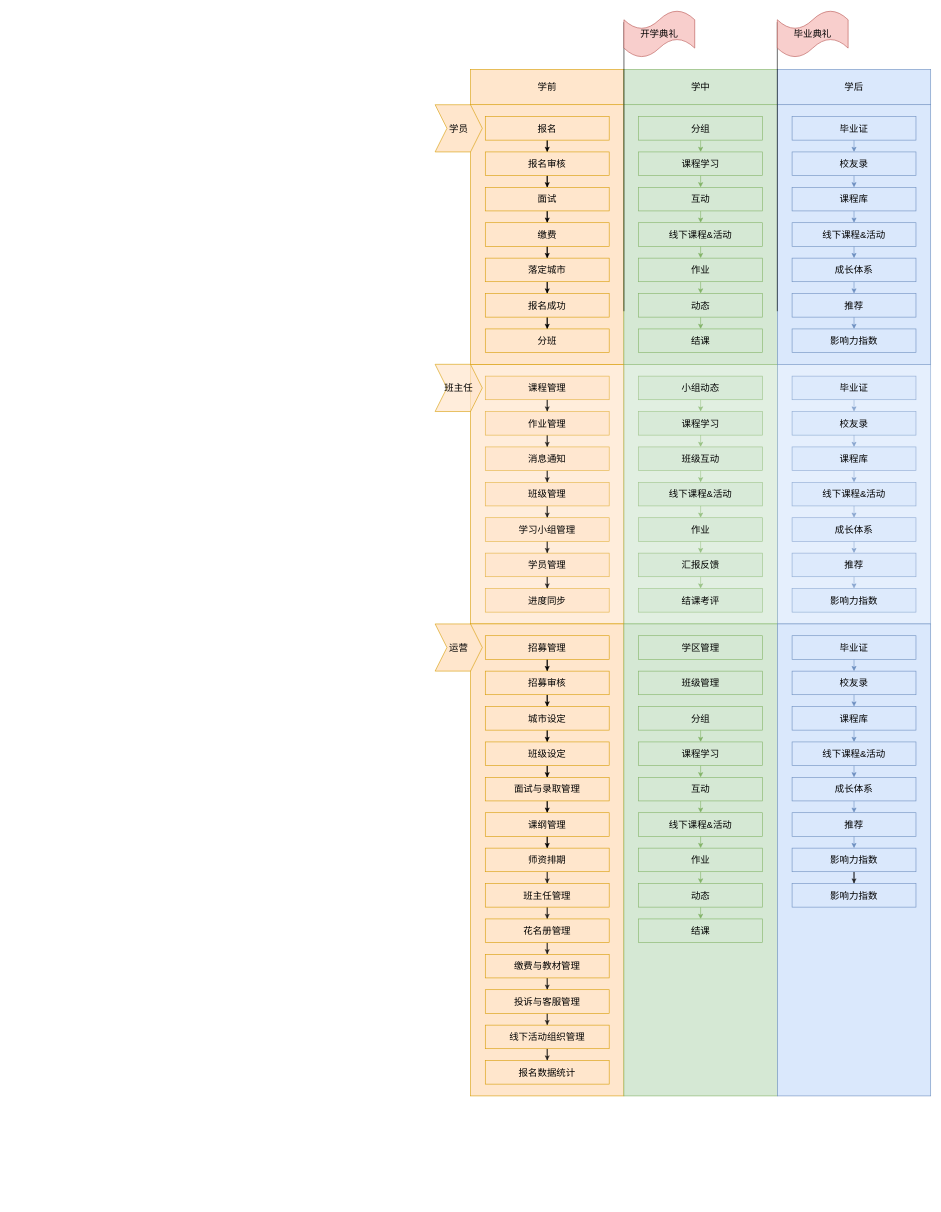
The draw.io diagram DDdaxue.drawio in HunkJia/HUNK, before the edit. Source tidied: cells renumbered, new cells numbered last; positions are measured from the earlier drawing's top-left corner, leaving out a move shared by most shapes. Both pictures are drawn from the tidied source at 59%, with x=0, y=0 at pixel (435, 10).
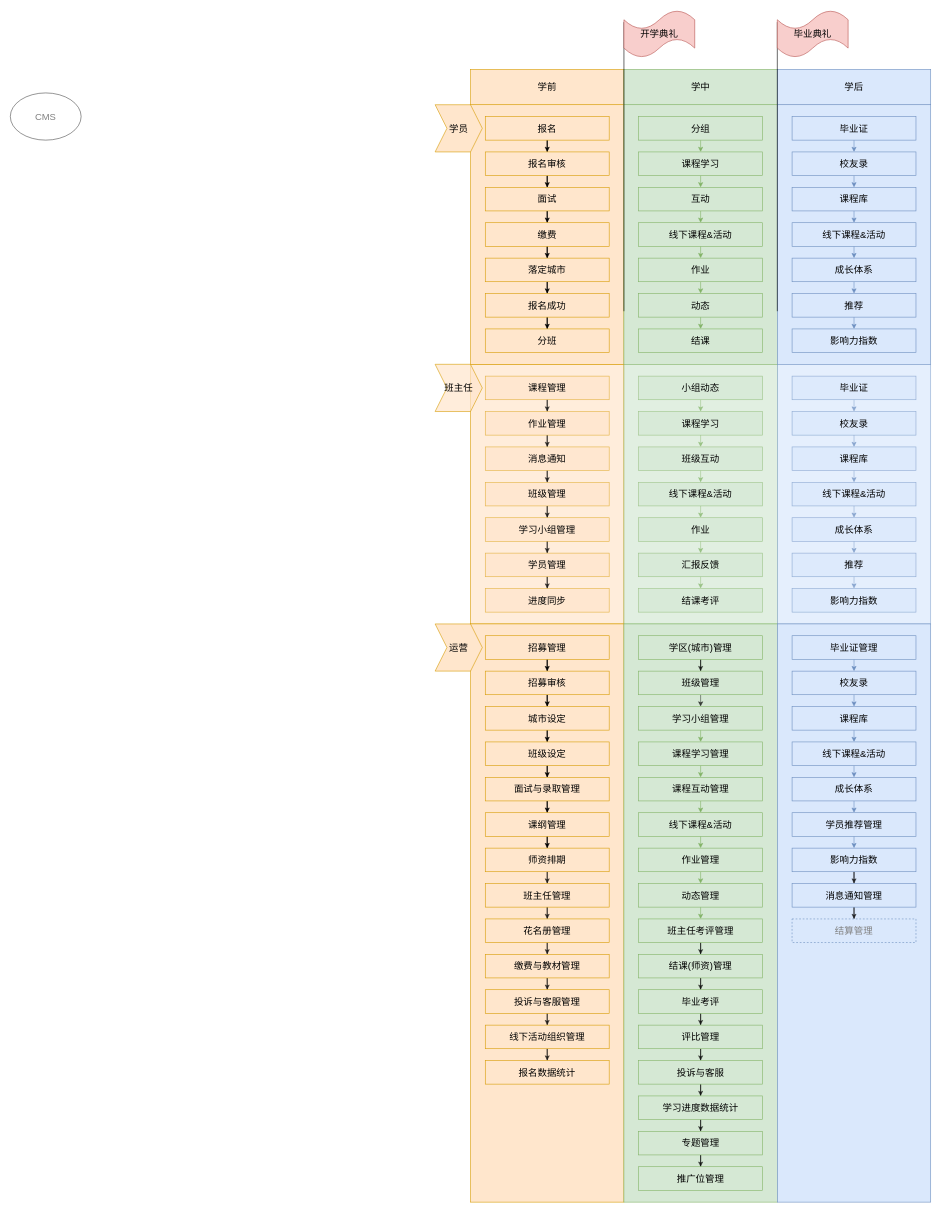
The same page after the edit.

The change refers to these unchanged cells:
```xml
<mxCell id="153" value="班级管理" style="rounded=0;whiteSpace=wrap;html=1;fontSize=16;fillColor=#d5e8d4;strokeColor=#82b366;" parent="1" vertex="1">
  <mxGeometry x="345" y="1120" width="210" height="40" as="geometry" />
</mxCell>
```

Diff of the diagram source:
```diff
@@
     <mxCell id="95" style="rounded=0;whiteSpace=wrap;html=1;fillColor=#ffe6cc;strokeColor=#d79b00;" parent="1" vertex="1">
-      <mxGeometry x="60" y="1040" width="260" height="800" as="geometry" />
+      <mxGeometry x="60" y="1040" width="260" height="980" as="geometry" />
     </mxCell>
     <mxCell id="96" style="rounded=0;whiteSpace=wrap;html=1;fillColor=#d5e8d4;strokeColor=#82b366;" parent="1" vertex="1">
-      <mxGeometry x="320" y="1040" width="260" height="800" as="geometry" />
+      <mxGeometry x="320" y="1040" width="260" height="980" as="geometry" />
     </mxCell>
     <mxCell id="97" style="rounded=0;whiteSpace=wrap;html=1;fillColor=#dae8fc;strokeColor=#6c8ebf;" parent="1" vertex="1">
-      <mxGeometry x="580" y="1040" width="260" height="800" as="geometry" />
+      <mxGeometry x="580" y="1040" width="260" height="980" as="geometry" />
     </mxCell>
@@
-    <mxCell id="125" value="分组" style="rounded=0;whiteSpace=wrap;html=1;fontSize=16;fillColor=#d5e8d4;strokeColor=#82b366;" parent="1" vertex="1">
+    <mxCell id="125" value="学习小组管理" style="rounded=0;whiteSpace=wrap;html=1;fontSize=16;fillColor=#d5e8d4;strokeColor=#82b366;" parent="1" vertex="1">
       <mxGeometry x="345" y="1180" width="210" height="40" as="geometry" />
     </mxCell>
@@
-    <mxCell id="127" value="课程学习" style="rounded=0;whiteSpace=wrap;html=1;fontSize=16;fillColor=#d5e8d4;strokeColor=#82b366;" parent="1" vertex="1">
+    <mxCell id="127" value="课程学习管理" style="rounded=0;whiteSpace=wrap;html=1;fontSize=16;fillColor=#d5e8d4;strokeColor=#82b366;" parent="1" vertex="1">
       <mxGeometry x="345" y="1240" width="210" height="40" as="geometry" />
     </mxCell>
@@
-    <mxCell id="129" value="互动" style="rounded=0;whiteSpace=wrap;html=1;fontSize=16;fillColor=#d5e8d4;strokeColor=#82b366;" parent="1" vertex="1">
+    <mxCell id="129" value="课程互动管理" style="rounded=0;whiteSpace=wrap;html=1;fontSize=16;fillColor=#d5e8d4;strokeColor=#82b366;" parent="1" vertex="1">
       <mxGeometry x="345" y="1300" width="210" height="40" as="geometry" />
     </mxCell>
@@
-    <mxCell id="133" value="作业" style="rounded=0;whiteSpace=wrap;html=1;fontSize=16;fillColor=#d5e8d4;strokeColor=#82b366;" parent="1" vertex="1">
+    <mxCell id="133" value="作业管理" style="rounded=0;whiteSpace=wrap;html=1;fontSize=16;fillColor=#d5e8d4;strokeColor=#82b366;" parent="1" vertex="1">
       <mxGeometry x="345" y="1420" width="210" height="40" as="geometry" />
     </mxCell>
@@
-    <mxCell id="135" value="动态" style="rounded=0;whiteSpace=wrap;html=1;fontSize=16;fillColor=#d5e8d4;strokeColor=#82b366;" parent="1" vertex="1">
+    <mxCell id="135" value="动态管理" style="rounded=0;whiteSpace=wrap;html=1;fontSize=16;fillColor=#d5e8d4;strokeColor=#82b366;" parent="1" vertex="1">
       <mxGeometry x="345" y="1480" width="210" height="40" as="geometry" />
     </mxCell>
+    <mxCell id="154" style="edgeStyle=orthogonalEdgeStyle;rounded=0;jettySize=auto;html=1;fontSize=16;fontColor=#FF9999;opacity=70;" parent="1" edge="1" source="136" target="156">
+      <mxGeometry relative="1" as="geometry" />
+    </mxCell>
-    <mxCell id="136" value="结课" style="rounded=0;whiteSpace=wrap;html=1;fontSize=16;fillColor=#d5e8d4;strokeColor=#82b366;" parent="1" vertex="1">
+    <mxCell id="136" value="班主任考评管理" style="rounded=0;whiteSpace=wrap;html=1;fontSize=16;fillColor=#d5e8d4;strokeColor=#82b366;" parent="1" vertex="1">
       <mxGeometry x="345" y="1540" width="210" height="40" as="geometry" />
     </mxCell>
+    <mxCell id="155" style="edgeStyle=orthogonalEdgeStyle;rounded=0;jettySize=auto;html=1;fontSize=16;fontColor=#FF9999;opacity=70;" parent="1" edge="1" source="156" target="158">
+      <mxGeometry relative="1" as="geometry" />
+    </mxCell>
+    <mxCell id="156" value="结课(师资)管理" style="rounded=0;whiteSpace=wrap;html=1;fontSize=16;fillColor=#d5e8d4;strokeColor=#82b366;" parent="1" vertex="1">
+      <mxGeometry x="345" y="1600" width="210" height="40" as="geometry" />
+    </mxCell>
+    <mxCell id="157" style="edgeStyle=orthogonalEdgeStyle;rounded=0;jettySize=auto;html=1;fontSize=16;fontColor=#FF9999;opacity=70;" parent="1" edge="1" source="158" target="160">
+      <mxGeometry relative="1" as="geometry" />
+    </mxCell>
+    <mxCell id="158" value="毕业考评" style="rounded=0;whiteSpace=wrap;html=1;fontSize=16;fillColor=#d5e8d4;strokeColor=#82b366;" parent="1" vertex="1">
+      <mxGeometry x="345" y="1660" width="210" height="40" as="geometry" />
+    </mxCell>
+    <mxCell id="159" style="edgeStyle=orthogonalEdgeStyle;rounded=0;jettySize=auto;html=1;fontSize=16;fontColor=#FF9999;opacity=70;" parent="1" edge="1" source="160" target="162">
+      <mxGeometry relative="1" as="geometry" />
+    </mxCell>
+    <mxCell id="160" value="评比管理" style="rounded=0;whiteSpace=wrap;html=1;fontSize=16;fillColor=#d5e8d4;strokeColor=#82b366;" parent="1" vertex="1">
+      <mxGeometry x="345" y="1720" width="210" height="40" as="geometry" />
+    </mxCell>
+    <mxCell id="161" style="edgeStyle=orthogonalEdgeStyle;rounded=0;jettySize=auto;html=1;fontSize=16;fontColor=#FF9999;opacity=70;" parent="1" edge="1" source="162" target="164">
+      <mxGeometry relative="1" as="geometry" />
+    </mxCell>
+    <mxCell id="162" value="投诉与客服" style="rounded=0;whiteSpace=wrap;html=1;fontSize=16;fillColor=#d5e8d4;strokeColor=#82b366;" parent="1" vertex="1">
+      <mxGeometry x="345" y="1780" width="210" height="40" as="geometry" />
+    </mxCell>
+    <mxCell id="163" style="edgeStyle=orthogonalEdgeStyle;rounded=0;jettySize=auto;html=1;fontSize=16;fontColor=#FF9999;opacity=70;" parent="1" edge="1" source="164" target="166">
+      <mxGeometry relative="1" as="geometry" />
+    </mxCell>
+    <mxCell id="164" value="学习进度数据统计" style="rounded=0;whiteSpace=wrap;html=1;fontSize=16;fillColor=#d5e8d4;strokeColor=#82b366;" parent="1" vertex="1">
+      <mxGeometry x="345" y="1840" width="210" height="40" as="geometry" />
+    </mxCell>
+    <mxCell id="165" style="edgeStyle=orthogonalEdgeStyle;rounded=0;jettySize=auto;html=1;fontSize=16;fontColor=#FF9999;opacity=70;" parent="1" edge="1" source="166" target="167">
+      <mxGeometry relative="1" as="geometry" />
+    </mxCell>
+    <mxCell id="166" value="专题管理" style="rounded=0;whiteSpace=wrap;html=1;fontSize=16;fillColor=#d5e8d4;strokeColor=#82b366;" parent="1" vertex="1">
+      <mxGeometry x="345" y="1900" width="210" height="40" as="geometry" />
+    </mxCell>
+    <mxCell id="167" value="推广位管理" style="rounded=0;whiteSpace=wrap;html=1;fontSize=16;fillColor=#d5e8d4;strokeColor=#82b366;" parent="1" vertex="1">
+      <mxGeometry x="345" y="1960" width="210" height="40" as="geometry" />
+    </mxCell>
@@
-    <mxCell id="138" value="毕业证" style="rounded=0;whiteSpace=wrap;html=1;fontSize=16;fillColor=#dae8fc;strokeColor=#6c8ebf;" parent="1" vertex="1">
+    <mxCell id="138" value="毕业证管理" style="rounded=0;whiteSpace=wrap;html=1;fontSize=16;fillColor=#dae8fc;strokeColor=#6c8ebf;" parent="1" vertex="1">
       <mxGeometry x="605" y="1060" width="210" height="40" as="geometry" />
     </mxCell>
@@
-    <mxCell id="148" value="推荐" style="rounded=0;whiteSpace=wrap;html=1;fontSize=16;fillColor=#dae8fc;strokeColor=#6c8ebf;" parent="1" vertex="1">
+    <mxCell id="148" value="学员推荐管理" style="rounded=0;whiteSpace=wrap;html=1;fontSize=16;fillColor=#dae8fc;strokeColor=#6c8ebf;" parent="1" vertex="1">
       <mxGeometry x="605" y="1360" width="210" height="40" as="geometry" />
     </mxCell>
@@
+    <mxCell id="168" style="edgeStyle=orthogonalEdgeStyle;rounded=0;jettySize=auto;html=1;fontSize=16;fontColor=#FF9999;opacity=70;" parent="1" edge="1" source="151" target="169">
+      <mxGeometry relative="1" as="geometry" />
+    </mxCell>
-    <mxCell id="151" value="影响力指数" style="rounded=0;whiteSpace=wrap;html=1;fontSize=16;fillColor=#dae8fc;strokeColor=#6c8ebf;" parent="1" vertex="1">
+    <mxCell id="151" value="消息通知管理" style="rounded=0;whiteSpace=wrap;html=1;fontSize=16;fillColor=#dae8fc;strokeColor=#6c8ebf;" parent="1" vertex="1">
       <mxGeometry x="605" y="1480" width="210" height="40" as="geometry" />
     </mxCell>
+    <mxCell id="169" value="结算管理" style="rounded=0;whiteSpace=wrap;html=1;fontSize=16;fillColor=#dae8fc;strokeColor=#6c8ebf;dashed=1;fontColor=#808080;" parent="1" vertex="1">
+      <mxGeometry x="605" y="1540" width="210" height="40" as="geometry" />
+    </mxCell>
+    <mxCell id="170" style="edgeStyle=orthogonalEdgeStyle;rounded=0;jettySize=auto;html=1;exitX=0.5;exitY=1;exitDx=0;exitDy=0;fontSize=16;fontColor=#FF9999;opacity=70;" parent="1" edge="1" source="152" target="153">
+      <mxGeometry relative="1" as="geometry" />
+    </mxCell>
-    <mxCell id="152" value="学区管理" style="rounded=0;whiteSpace=wrap;html=1;fontSize=16;fillColor=#d5e8d4;strokeColor=#82b366;" parent="1" vertex="1">
+    <mxCell id="152" value="学区(城市)管理" style="rounded=0;whiteSpace=wrap;html=1;fontSize=16;fillColor=#d5e8d4;strokeColor=#82b366;" parent="1" vertex="1">
       <mxGeometry x="345" y="1060" width="210" height="40" as="geometry" />
     </mxCell>
+    <mxCell id="171" style="edgeStyle=orthogonalEdgeStyle;rounded=0;jettySize=auto;html=1;exitX=0.5;exitY=1;exitDx=0;exitDy=0;entryX=0.5;entryY=0;entryDx=0;entryDy=0;fontSize=16;fontColor=#FF9999;opacity=70;" parent="1" edge="1" source="153" target="125">
+      <mxGeometry relative="1" as="geometry" />
+    </mxCell>
@@
+    <mxCell id="172" value="CMS" style="ellipse;whiteSpace=wrap;html=1;fontSize=16;fontColor=#808080;opacity=70;" parent="1" vertex="1">
+      <mxGeometry x="-720" y="140" width="120" height="80" as="geometry" />
+    </mxCell>
```
